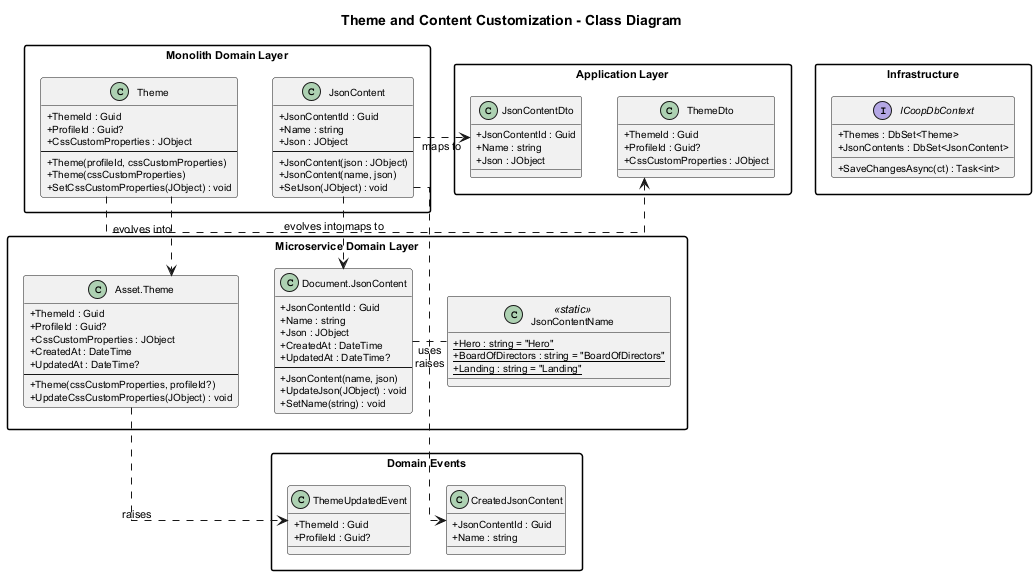
QuinntyneBrown/Coop keeps this PlantUML diagram as docs/detailed-designs/10-theme-and-content-customization/class-diagram.png. Above is the earlier version.
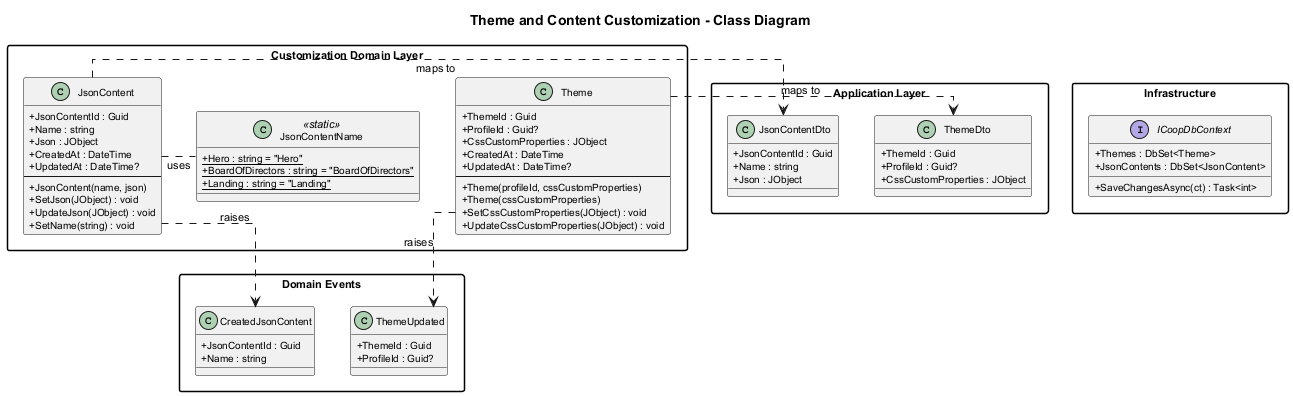
The same diagram one commit later.

Commit message:
Update onboarding and theme customization diagram images

Diff of the diagram source:
```diff
@@ -13,43 +13,22 @@
 
 title Theme and Content Customization - Class Diagram
 
-package "Monolith Domain Layer" {
+package "Customization Domain Layer" {
 
     class Theme {
-        + ThemeId : Guid
-        + ProfileId : Guid?
-        + CssCustomProperties : JObject
-        --
-        + Theme(profileId, cssCustomProperties)
-        + Theme(cssCustomProperties)
-        + SetCssCustomProperties(JObject) : void
-    }
-
-    class JsonContent {
-        + JsonContentId : Guid
-        + Name : string
-        + Json : JObject
-        --
-        + JsonContent(json : JObject)
-        + JsonContent(name, json)
-        + SetJson(JObject) : void
-    }
-}
-
-package "Microservice Domain Layer" {
-
-    class "Asset.Theme" as MsTheme {
         + ThemeId : Guid
         + ProfileId : Guid?
         + CssCustomProperties : JObject
         + CreatedAt : DateTime
         + UpdatedAt : DateTime?
         --
-        + Theme(cssCustomProperties, profileId?)
+        + Theme(profileId, cssCustomProperties)
+        + Theme(cssCustomProperties)
+        + SetCssCustomProperties(JObject) : void
         + UpdateCssCustomProperties(JObject) : void
     }
 
-    class "Document.JsonContent" as MsJsonContent {
+    class JsonContent {
         + JsonContentId : Guid
         + Name : string
         + Json : JObject
@@ -57,6 +36,7 @@
         + UpdatedAt : DateTime?
         --
         + JsonContent(name, json)
+        + SetJson(JObject) : void
         + UpdateJson(JObject) : void
         + SetName(string) : void
     }
@@ -89,7 +69,7 @@
         + Name : string
     }
 
-    class ThemeUpdatedEvent {
+    class ThemeUpdated {
         + ThemeId : Guid
         + ProfileId : Guid?
     }
@@ -105,10 +85,8 @@
 
 Theme .right.> ThemeDto : maps to
 JsonContent .right.> JsonContentDto : maps to
-Theme .down.> MsTheme : evolves into
-JsonContent .down.> MsJsonContent : evolves into
-MsJsonContent .right. JsonContentName : uses
+JsonContent .right. JsonContentName : uses
 JsonContent ..> CreatedJsonContent : raises
-MsTheme ..> ThemeUpdatedEvent : raises
+Theme ..> ThemeUpdated : raises
 
 @enduml
```
